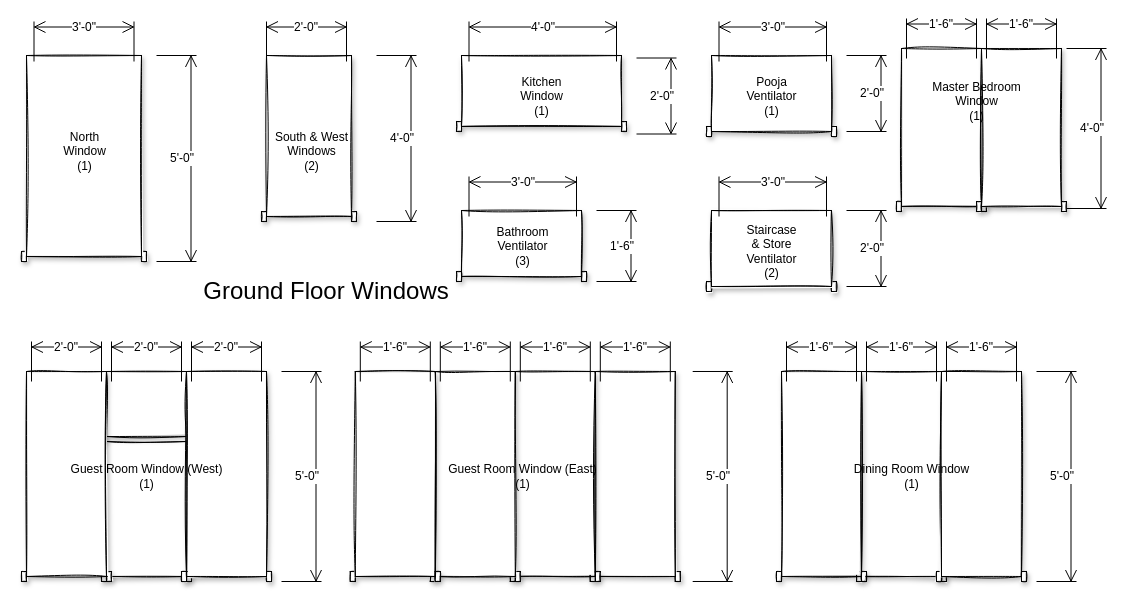
Before: page "GF Windows" (2 of 4) of Doors_Windows.drawio in gudiseva/arvind, a draw.io diagram. Source tidied: cells renumbered, new cells numbered last; positions are measured from the earlier drawing's top-left corner, leaving out a move shared by most shapes. Both pictures are drawn from the tidied source at 100%, with x=0, y=0 at pixel (21, 18).
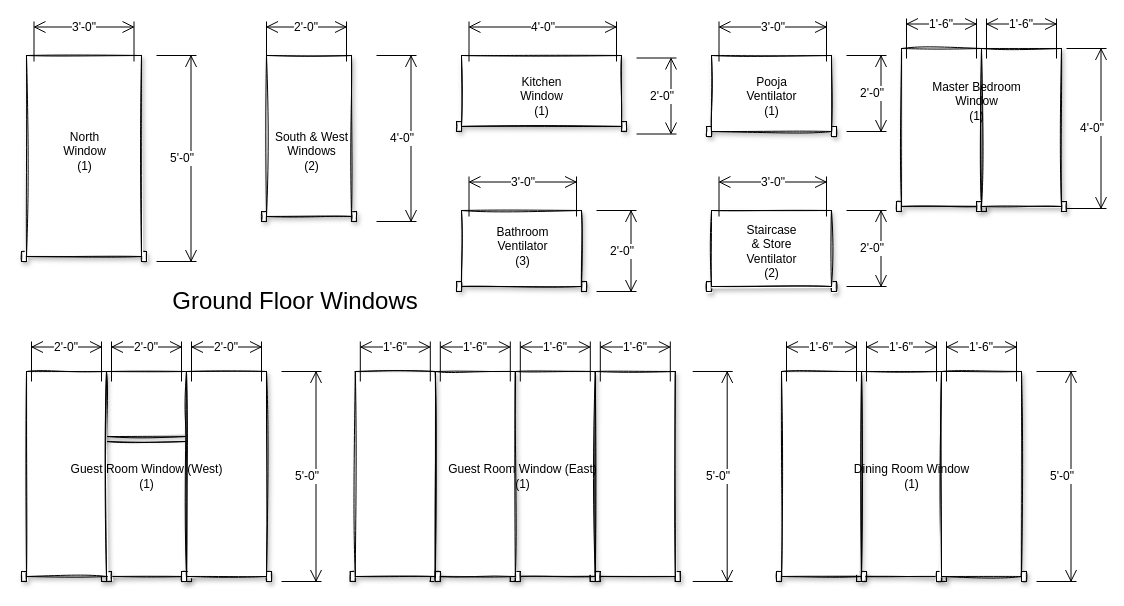
After the change.

Diff of the diagram source:
```diff
@@
     <mxCell id="29" style="verticalLabelPosition=bottom;html=1;verticalAlign=top;align=center;shape=mxgraph.floorplan.doorOverhead;shadow=1;sketch=1;gradientColor=none;" parent="1" vertex="1">
-      <mxGeometry x="435" y="192" width="130" height="71" as="geometry" />
+      <mxGeometry x="435" y="192" width="130" height="81" as="geometry" />
     </mxCell>
@@
-    <mxCell id="31" value="1'-6&quot;" style="shape=dimension;direction=north;whiteSpace=wrap;html=1;align=right;verticalAlign=middle;labelBackgroundColor=#ffffff;shadow=0;sketch=0;gradientColor=none;" parent="1" vertex="1">
-      <mxGeometry x="575" y="192" width="40" height="71" as="geometry" />
+    <mxCell id="31" value="2'-0&quot;" style="shape=dimension;direction=north;whiteSpace=wrap;html=1;align=right;verticalAlign=middle;labelBackgroundColor=#ffffff;shadow=0;sketch=0;gradientColor=none;" parent="1" vertex="1">
+      <mxGeometry x="575" y="192" width="40" height="81" as="geometry" />
     </mxCell>
@@
     <mxCell id="55" value="&lt;font style=&quot;font-size: 24px&quot;&gt;Ground Floor Windows&lt;/font&gt;" style="text;html=1;strokeColor=none;fillColor=none;align=center;verticalAlign=middle;whiteSpace=wrap;rounded=0;" parent="1" vertex="1">
-      <mxGeometry x="170" y="243" width="270" height="60" as="geometry" />
+      <mxGeometry x="138.8" y="253" width="270" height="60" as="geometry" />
     </mxCell>
```
